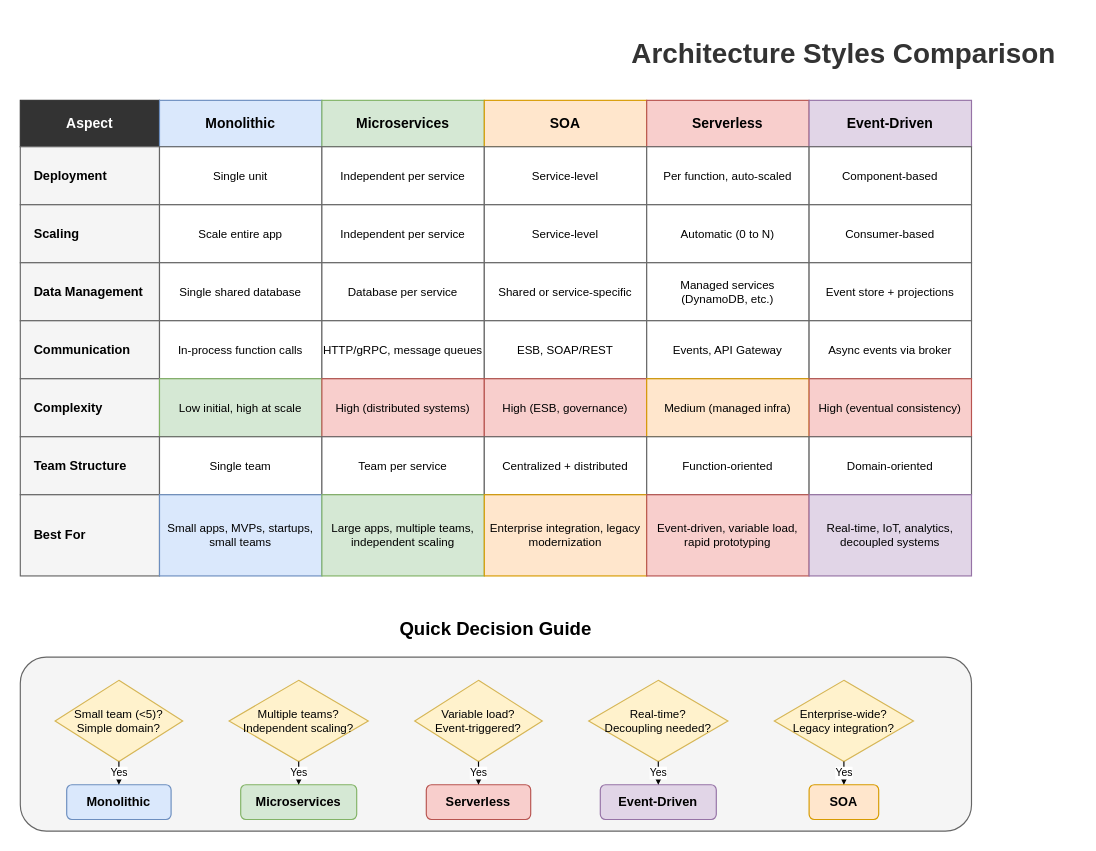
Before: lesson-01-software-design-architecture/diagrams/2.6-architecture-styles-comparison.drawio in MrParkerZ7/document-lesson-software-architect-x-claude, a draw.io diagram. Source tidied: cells renumbered, new cells numbered last; positions are measured from the earlier drawing's top-left corner, leaving out a move shared by most shapes. Both pictures are drawn from the tidied source at 116%, with x=0, y=0 at pixel (20, 30).
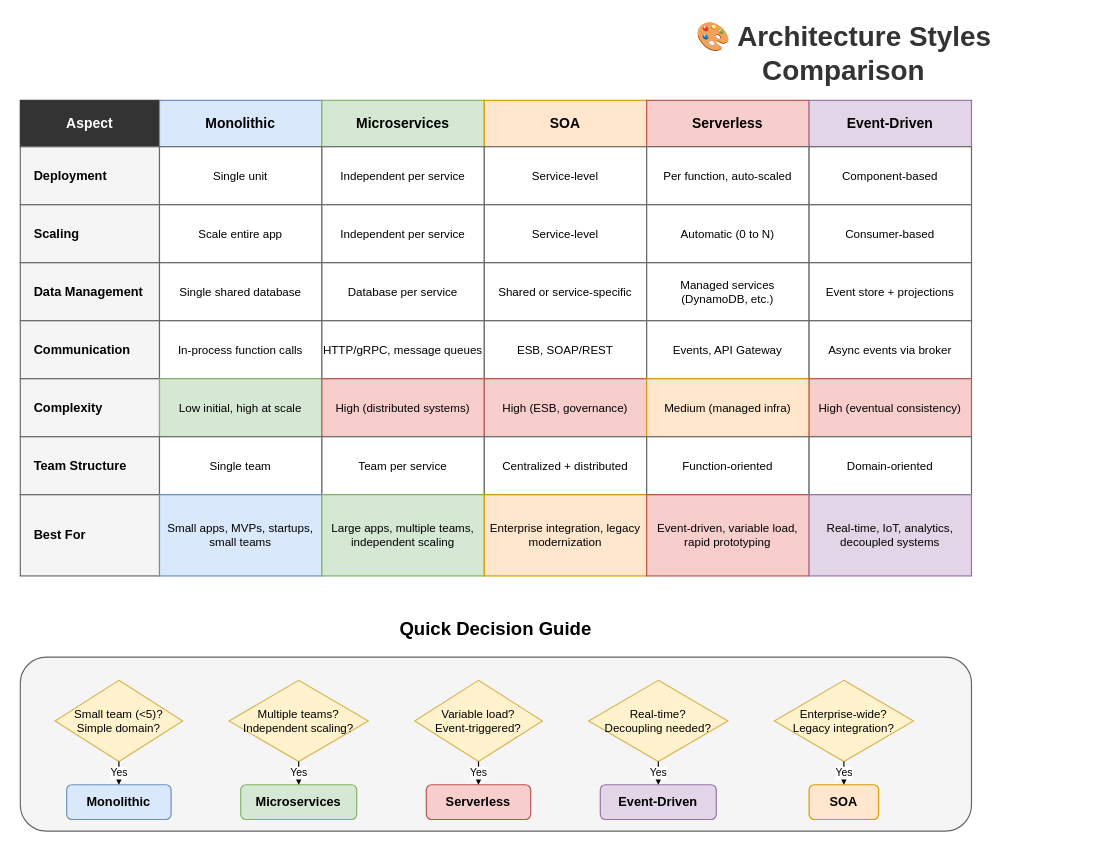
The same diagram, later.

The edit, as a diff of the source:
```diff
@@
-    <mxCell id="2" value="Architecture Styles Comparison" style="text;html=1;strokeColor=none;fillColor=none;align=center;verticalAlign=middle;whiteSpace=wrap;rounded=0;fontSize=24;fontStyle=1;fontColor=#333333;" parent="1" vertex="1">
+    <mxCell id="2" value="🎨 Architecture Styles Comparison" style="text;html=1;strokeColor=none;fillColor=none;align=center;verticalAlign=middle;whiteSpace=wrap;rounded=0;fontSize=24;fontStyle=1;fontColor=#333333;" parent="1" vertex="1">
       <mxGeometry x="510" width="400" height="40" as="geometry" />
     </mxCell>
```
